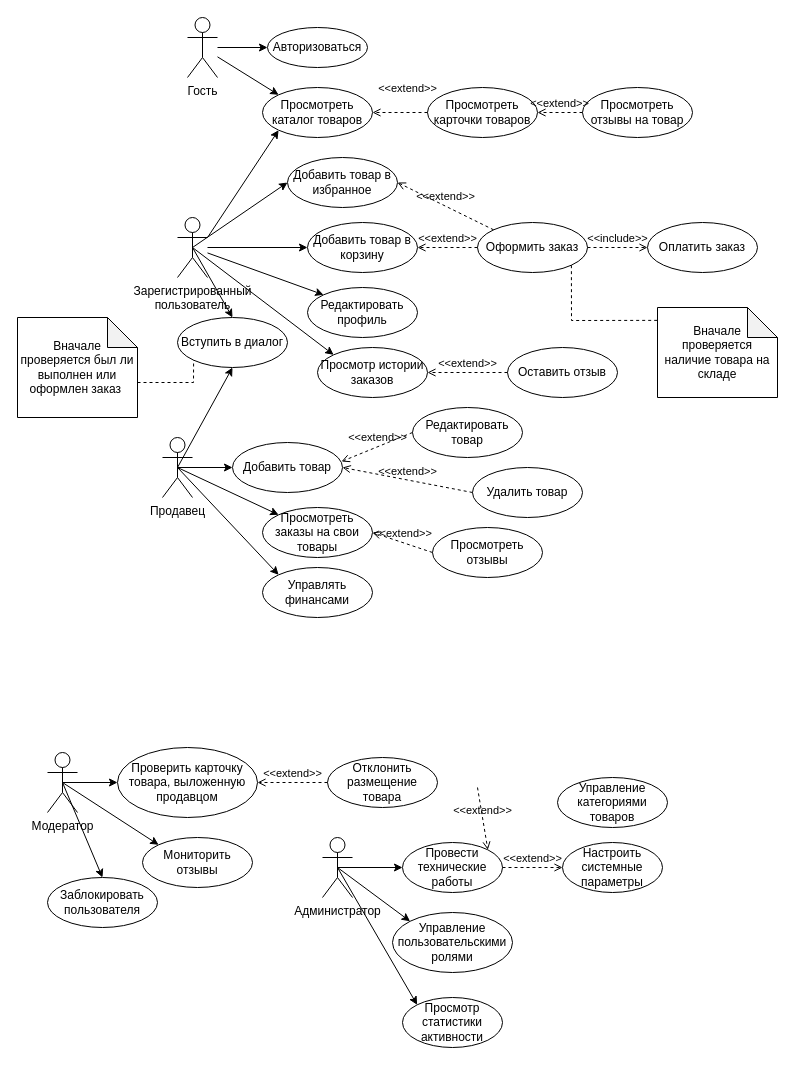
Above: Диаграмма без названия.drawio in mopsin666/AKMS (draw.io), before the change. Source tidied: cells renumbered, new cells numbered last; positions are measured from the earlier drawing's top-left corner, leaving out a move shared by most shapes. Both pictures are drawn from the tidied source at 100%, with x=0, y=0 at pixel (17, 17).
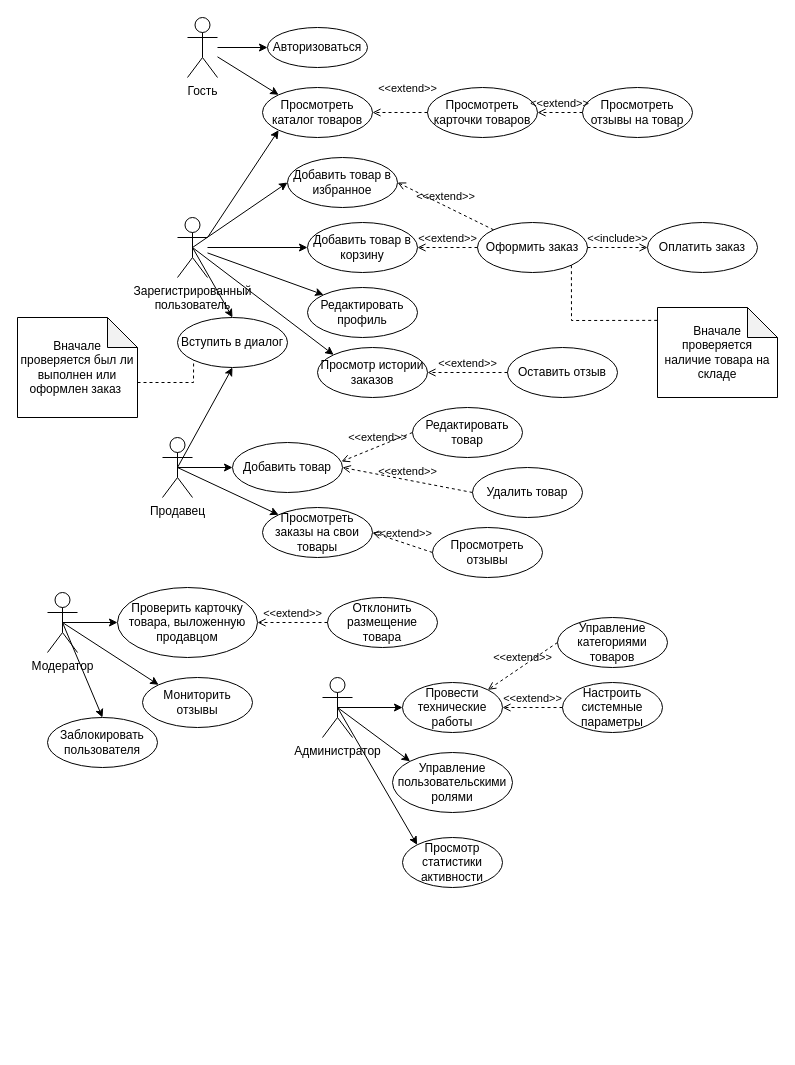
After the change.

Unchanged cells that the change refers to:
```xml
<mxCell id="23" value="Продавец" style="shape=umlActor;verticalLabelPosition=bottom;verticalAlign=top;html=1;outlineConnect=0;" parent="1" vertex="1">
  <mxGeometry x="145" y="420" width="30" height="60" as="geometry" />
</mxCell>
```

What changed in the source:
```diff
@@
-    <mxCell id="32" value="Управлять финансами" style="ellipse;whiteSpace=wrap;html=1;" parent="1" vertex="1">
-      <mxGeometry x="245" y="550" width="110" height="50" as="geometry" />
-    </mxCell>
-    <mxCell id="33" style="endArrow=classic;html=1;rounded=0;exitX=0.5;exitY=0.5;exitDx=0;exitDy=0;exitPerimeter=0;entryX=0;entryY=0;entryDx=0;entryDy=0;" parent="1" edge="1" source="23" target="32">
-      <mxGeometry relative="1" as="geometry" />
-    </mxCell>
@@
     <mxCell id="37" value="Модератор" style="shape=umlActor;verticalLabelPosition=bottom;verticalAlign=top;html=1;outlineConnect=0;" parent="1" vertex="1">
-      <mxGeometry x="30" y="735" width="30" height="60" as="geometry" />
+      <mxGeometry x="30" y="575" width="30" height="60" as="geometry" />
     </mxCell>
     <mxCell id="38" value="Проверить карточку товара, выложенную продавцом" style="ellipse;whiteSpace=wrap;html=1;" parent="1" vertex="1">
-      <mxGeometry x="100" y="730" width="140" height="70" as="geometry" />
+      <mxGeometry x="100" y="570" width="140" height="70" as="geometry" />
     </mxCell>
@@
     <mxCell id="40" value="Мониторить отзывы" style="ellipse;whiteSpace=wrap;html=1;" parent="1" vertex="1">
-      <mxGeometry x="125" y="820" width="110" height="50" as="geometry" />
+      <mxGeometry x="125" y="660" width="110" height="50" as="geometry" />
     </mxCell>
@@
     <mxCell id="48" value="Заблокировать пользователя" style="ellipse;whiteSpace=wrap;html=1;" parent="1" vertex="1">
-      <mxGeometry x="30" y="860" width="110" height="50" as="geometry" />
+      <mxGeometry x="30" y="700" width="110" height="50" as="geometry" />
     </mxCell>
@@
     <mxCell id="50" value="Отклонить размещение товара" style="ellipse;whiteSpace=wrap;html=1;" parent="1" vertex="1">
-      <mxGeometry x="310" y="740" width="110" height="50" as="geometry" />
+      <mxGeometry x="310" y="580" width="110" height="50" as="geometry" />
     </mxCell>
@@
     <mxCell id="52" value="Администратор" style="shape=umlActor;verticalLabelPosition=bottom;verticalAlign=top;html=1;outlineConnect=0;" parent="1" vertex="1">
-      <mxGeometry x="305" y="820" width="30" height="60" as="geometry" />
+      <mxGeometry x="305" y="660" width="30" height="60" as="geometry" />
     </mxCell>
     <mxCell id="53" value="Провести технические работы" style="ellipse;whiteSpace=wrap;html=1;" parent="1" vertex="1">
-      <mxGeometry x="385" y="825" width="100" height="50" as="geometry" />
+      <mxGeometry x="385" y="665" width="100" height="50" as="geometry" />
     </mxCell>
@@
     <mxCell id="55" value="Управление пользовательскими ролями" style="ellipse;whiteSpace=wrap;html=1;" parent="1" vertex="1">
-      <mxGeometry x="375" y="895" width="120" height="60" as="geometry" />
+      <mxGeometry x="375" y="735" width="120" height="60" as="geometry" />
     </mxCell>
@@
     <mxCell id="57" value="Настроить системные параметры" style="ellipse;whiteSpace=wrap;html=1;" parent="1" vertex="1">
-      <mxGeometry x="545" y="825" width="100" height="50" as="geometry" />
+      <mxGeometry x="545" y="665" width="100" height="50" as="geometry" />
     </mxCell>
-    <mxCell id="58" value="&amp;lt;&amp;lt;extend&amp;gt;&amp;gt;" style="html=1;verticalAlign=bottom;labelBackgroundColor=none;endArrow=open;endFill=0;dashed=1;rounded=0;exitX=1;exitY=0.5;exitDx=0;exitDy=0;entryX=0;entryY=0.5;entryDx=0;entryDy=0;" parent="1" edge="1" source="53" target="57">
+    <mxCell id="58" value="&amp;lt;&amp;lt;extend&amp;gt;&amp;gt;" style="html=1;verticalAlign=bottom;labelBackgroundColor=none;endArrow=open;endFill=0;dashed=1;rounded=0;entryX=1;entryY=0.5;entryDx=0;entryDy=0;exitX=0;exitY=0.5;exitDx=0;exitDy=0;" parent="1" edge="1" source="57" target="53">
       <mxGeometry relative="1" as="geometry" />
     </mxCell>
     <mxCell id="59" value="Управление категориями товаров" style="ellipse;whiteSpace=wrap;html=1;" parent="1" vertex="1">
-      <mxGeometry x="540" y="760" width="110" height="50" as="geometry" />
+      <mxGeometry x="540" y="600" width="110" height="50" as="geometry" />
     </mxCell>
-    <mxCell id="60" value="&amp;lt;&amp;lt;extend&amp;gt;&amp;gt;" style="html=1;verticalAlign=bottom;labelBackgroundColor=none;endArrow=open;endFill=0;dashed=1;rounded=0;entryX=1;entryY=0;entryDx=0;entryDy=0;" parent="1" edge="1" target="53">
-      <mxGeometry relative="1" as="geometry">
-        <mxPoint x="460" y="770" as="sourcePoint" />
-      </mxGeometry>
+    <mxCell id="60" value="&amp;lt;&amp;lt;extend&amp;gt;&amp;gt;" style="html=1;verticalAlign=bottom;labelBackgroundColor=none;endArrow=open;endFill=0;dashed=1;rounded=0;entryX=1;entryY=0;entryDx=0;entryDy=0;exitX=0;exitY=0.5;exitDx=0;exitDy=0;" parent="1" edge="1" source="59" target="53">
+      <mxGeometry relative="1" as="geometry" />
     </mxCell>
     <mxCell id="61" value="Просмотр статистики активности" style="ellipse;whiteSpace=wrap;html=1;" parent="1" vertex="1">
-      <mxGeometry x="385" y="980" width="100" height="50" as="geometry" />
+      <mxGeometry x="385" y="820" width="100" height="50" as="geometry" />
     </mxCell>
```
